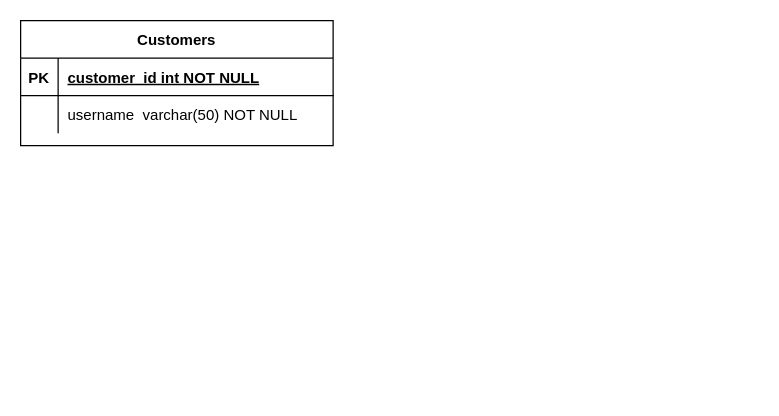
The draw.io diagram ecommerce.drawio in dcv-k/drawio, before the edit. Source tidied: cells renumbered, new cells numbered last; positions are measured from the earlier drawing's top-left corner, leaving out a move shared by most shapes. Both pictures are drawn from the tidied source at 125%, with x=0, y=0 at pixel (20, 20).
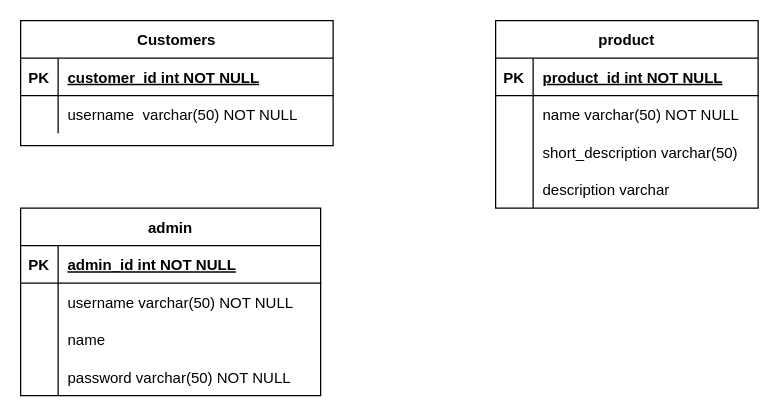
The same diagram, later.

Diff of the diagram source:
```diff
@@
+    <mxCell id="9" value="product" style="shape=table;startSize=30;childLayout=tableLayout;rowLines=0;fontStyle=1;align=center;" parent="1" vertex="1">
+      <mxGeometry x="380" width="210" height="150" as="geometry" />
+    </mxCell>
+    <mxCell id="10" style="shape=tableRow;horizontal=0;startSize=0;swimlaneHead=0;swimlaneBody=0;fillColor=none;top=0;left=0;right=0;bottom=1;" parent="9" vertex="1">
+      <mxGeometry y="30" width="210" height="30" as="geometry" />
+    </mxCell>
+    <mxCell id="11" value="PK" style="shape=partialRectangle;fillColor=none;top=0;left=0;bottom=0;right=0;fontStyle=1;overflow=hidden;" parent="10" vertex="1">
+      <mxGeometry width="30" height="30" as="geometry" />
+    </mxCell>
+    <mxCell id="12" value="product_id int NOT NULL" style="shape=partialRectangle;fillColor=none;top=0;left=0;bottom=0;right=0;align=left;spacingLeft=6;fontStyle=5;overflow=hidden;" parent="10" vertex="1">
+      <mxGeometry x="30" width="180" height="30" as="geometry" />
+    </mxCell>
+    <mxCell id="13" style="shape=tableRow;horizontal=0;startSize=0;swimlaneHead=0;swimlaneBody=0;fillColor=none;top=0;left=0;right=0;bottom=0;" parent="9" vertex="1">
+      <mxGeometry y="60" width="210" height="30" as="geometry" />
+    </mxCell>
+    <mxCell id="14" style="shape=partialRectangle;fillColor=none;top=0;left=0;bottom=0;right=0;overflow=hidden;" parent="13" vertex="1">
+      <mxGeometry width="30" height="30" as="geometry" />
+    </mxCell>
+    <mxCell id="15" value="name varchar(50) NOT NULL" style="shape=partialRectangle;fillColor=none;top=0;left=0;bottom=0;right=0;align=left;spacingLeft=6;overflow=hidden;" parent="13" vertex="1">
+      <mxGeometry x="30" width="180" height="30" as="geometry" />
+    </mxCell>
+    <mxCell id="16" style="shape=tableRow;horizontal=0;startSize=0;swimlaneHead=0;swimlaneBody=0;fillColor=none;top=0;left=0;right=0;bottom=0;" parent="9" vertex="1">
+      <mxGeometry y="90" width="210" height="30" as="geometry" />
+    </mxCell>
+    <mxCell id="17" style="shape=partialRectangle;fillColor=none;top=0;left=0;bottom=0;right=0;overflow=hidden;" parent="16" vertex="1">
+      <mxGeometry width="30" height="30" as="geometry" />
+    </mxCell>
+    <mxCell id="18" value="short_description varchar(50)" style="shape=partialRectangle;fillColor=none;top=0;left=0;bottom=0;right=0;align=left;spacingLeft=6;overflow=hidden;" parent="16" vertex="1">
+      <mxGeometry x="30" width="180" height="30" as="geometry" />
+    </mxCell>
+    <mxCell id="19" style="shape=tableRow;horizontal=0;startSize=0;swimlaneHead=0;swimlaneBody=0;fillColor=none;top=0;left=0;right=0;bottom=0;" parent="9" vertex="1">
+      <mxGeometry y="120" width="210" height="30" as="geometry" />
+    </mxCell>
+    <mxCell id="20" style="shape=partialRectangle;fillColor=none;top=0;left=0;bottom=0;right=0;overflow=hidden;" parent="19" vertex="1">
+      <mxGeometry width="30" height="30" as="geometry" />
+    </mxCell>
+    <mxCell id="21" value="description varchar" style="shape=partialRectangle;fillColor=none;top=0;left=0;bottom=0;right=0;align=left;spacingLeft=6;overflow=hidden;" parent="19" vertex="1">
+      <mxGeometry x="30" width="180" height="30" as="geometry" />
+    </mxCell>
+    <mxCell id="22" value="admin" style="shape=table;startSize=30;childLayout=tableLayout;rowLines=0;fontStyle=1;align=center;" parent="1" vertex="1">
+      <mxGeometry y="150" width="240" height="150" as="geometry" />
+    </mxCell>
+    <mxCell id="23" style="shape=tableRow;horizontal=0;startSize=0;swimlaneHead=0;swimlaneBody=0;fillColor=none;top=0;left=0;right=0;bottom=1;" parent="22" vertex="1">
+      <mxGeometry y="30" width="240" height="30" as="geometry" />
+    </mxCell>
+    <mxCell id="24" value="PK" style="shape=partialRectangle;fillColor=none;top=0;left=0;bottom=0;right=0;fontStyle=1;overflow=hidden;" parent="23" vertex="1">
+      <mxGeometry width="30" height="30" as="geometry" />
+    </mxCell>
+    <mxCell id="25" value="admin_id int NOT NULL" style="shape=partialRectangle;fillColor=none;top=0;left=0;bottom=0;right=0;align=left;spacingLeft=6;fontStyle=5;overflow=hidden;" parent="23" vertex="1">
+      <mxGeometry x="30" width="210" height="30" as="geometry" />
+    </mxCell>
+    <mxCell id="26" style="shape=tableRow;horizontal=0;startSize=0;swimlaneHead=0;swimlaneBody=0;fillColor=none;top=0;left=0;right=0;bottom=0;" parent="22" vertex="1">
+      <mxGeometry y="60" width="240" height="30" as="geometry" />
+    </mxCell>
+    <mxCell id="27" style="shape=partialRectangle;fillColor=none;top=0;left=0;bottom=0;right=0;overflow=hidden;" parent="26" vertex="1">
+      <mxGeometry width="30" height="30" as="geometry" />
+    </mxCell>
+    <mxCell id="28" value="username varchar(50) NOT NULL" style="shape=partialRectangle;fillColor=none;top=0;left=0;bottom=0;right=0;align=left;spacingLeft=6;overflow=hidden;" parent="26" vertex="1">
+      <mxGeometry x="30" width="210" height="30" as="geometry" />
+    </mxCell>
+    <mxCell id="29" style="shape=tableRow;horizontal=0;startSize=0;swimlaneHead=0;swimlaneBody=0;fillColor=none;top=0;left=0;right=0;bottom=0;" parent="22" vertex="1">
+      <mxGeometry y="90" width="240" height="30" as="geometry" />
+    </mxCell>
+    <mxCell id="30" style="shape=partialRectangle;fillColor=none;top=0;left=0;bottom=0;right=0;overflow=hidden;" parent="29" vertex="1">
+      <mxGeometry width="30" height="30" as="geometry" />
+    </mxCell>
+    <mxCell id="31" value="name" style="shape=partialRectangle;fillColor=none;top=0;left=0;bottom=0;right=0;align=left;spacingLeft=6;overflow=hidden;" parent="29" vertex="1">
+      <mxGeometry x="30" width="210" height="30" as="geometry" />
+    </mxCell>
+    <mxCell id="32" style="shape=tableRow;horizontal=0;startSize=0;swimlaneHead=0;swimlaneBody=0;fillColor=none;top=0;left=0;right=0;bottom=0;" parent="22" vertex="1">
+      <mxGeometry y="120" width="240" height="30" as="geometry" />
+    </mxCell>
+    <mxCell id="33" style="shape=partialRectangle;fillColor=none;top=0;left=0;bottom=0;right=0;overflow=hidden;" parent="32" vertex="1">
+      <mxGeometry width="30" height="30" as="geometry" />
+    </mxCell>
+    <mxCell id="34" value="password varchar(50) NOT NULL" style="shape=partialRectangle;fillColor=none;top=0;left=0;bottom=0;right=0;align=left;spacingLeft=6;overflow=hidden;" parent="32" vertex="1">
+      <mxGeometry x="30" width="210" height="30" as="geometry" />
+    </mxCell>
```
